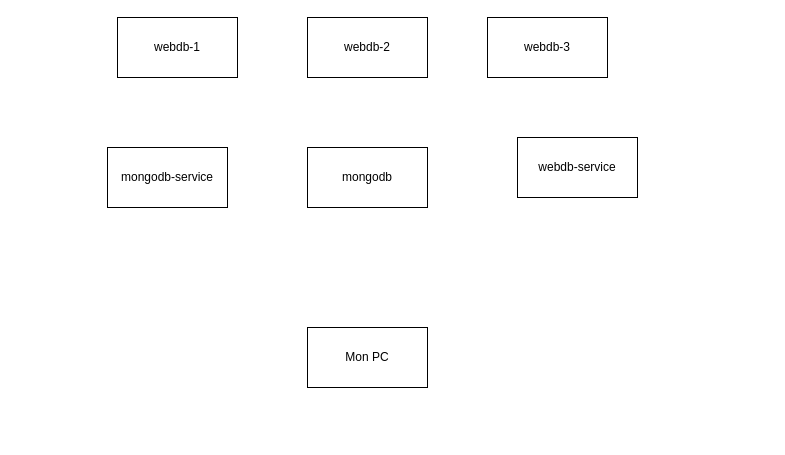
ComplexNetTSP/kubernetes-LeDuc34 keeps this draw.io diagram as Untitled Diagram.drawio. Above is the earlier version. Source tidied: cells renumbered, new cells numbered last; positions are measured from the earlier drawing's top-left corner, leaving out a move shared by most shapes. Both pictures are drawn from the tidied source at 100%, with x=0, y=0 at pixel (107, 17).
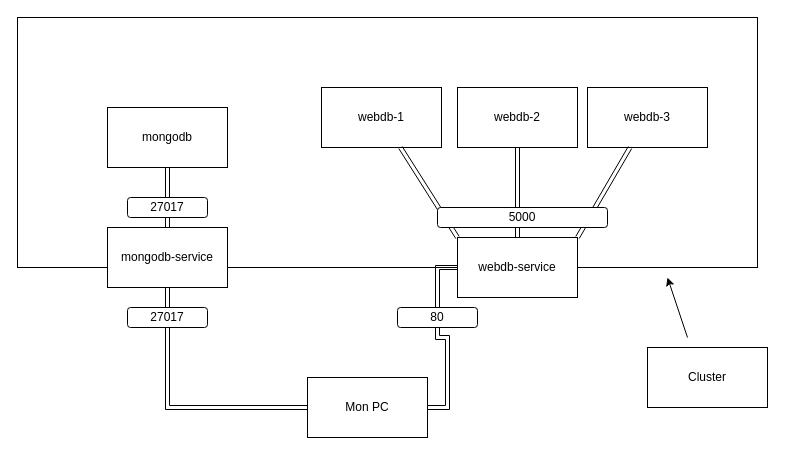
Above is the later version.

What changed in the source:
```diff
@@
+    <mxCell id="9" style="rounded=0;whiteSpace=wrap;html=1;fillColor=none;" parent="1" vertex="1">
+      <mxGeometry x="-90" width="740" height="250" as="geometry" />
+    </mxCell>
     <mxCell id="2" value="webdb-1" style="rounded=0;whiteSpace=wrap;html=1;" parent="1" vertex="1">
-      <mxGeometry x="10" width="120" height="60" as="geometry" />
+      <mxGeometry x="214" y="70" width="120" height="60" as="geometry" />
     </mxCell>
     <mxCell id="3" value="webdb-2" style="rounded=0;whiteSpace=wrap;html=1;" parent="1" vertex="1">
-      <mxGeometry x="200" width="120" height="60" as="geometry" />
+      <mxGeometry x="350" y="70" width="120" height="60" as="geometry" />
     </mxCell>
     <mxCell id="4" value="webdb-3" style="rounded=0;whiteSpace=wrap;html=1;" parent="1" vertex="1">
-      <mxGeometry x="380" width="120" height="60" as="geometry" />
+      <mxGeometry x="480" y="70" width="120" height="60" as="geometry" />
     </mxCell>
     <mxCell id="5" value="mongodb" style="rounded=0;whiteSpace=wrap;html=1;" parent="1" vertex="1">
-      <mxGeometry x="200" y="130" width="120" height="60" as="geometry" />
+      <mxGeometry y="90" width="120" height="60" as="geometry" />
     </mxCell>
+    <mxCell id="10" style="edgeStyle=orthogonalEdgeStyle;rounded=0;jettySize=auto;html=1;exitX=0.5;exitY=1;exitDx=0;exitDy=0;entryX=0;entryY=0.5;entryDx=0;entryDy=0;shape=link;" parent="1" edge="1" source="6" target="8">
+      <mxGeometry relative="1" as="geometry" />
+    </mxCell>
     <mxCell id="6" value="mongodb-service" style="rounded=0;whiteSpace=wrap;html=1;" parent="1" vertex="1">
-      <mxGeometry y="130" width="120" height="60" as="geometry" />
+      <mxGeometry y="210" width="120" height="60" as="geometry" />
     </mxCell>
+    <mxCell id="11" style="edgeStyle=orthogonalEdgeStyle;rounded=0;jettySize=auto;html=1;entryX=1;entryY=0.5;entryDx=0;entryDy=0;shape=link;" parent="1" edge="1" source="7" target="8">
+      <mxGeometry relative="1" as="geometry" />
+    </mxCell>
     <mxCell id="7" value="webdb-service" style="rounded=0;whiteSpace=wrap;html=1;" parent="1" vertex="1">
-      <mxGeometry x="410" y="120" width="120" height="60" as="geometry" />
+      <mxGeometry x="350" y="220" width="120" height="60" as="geometry" />
     </mxCell>
     <mxCell id="8" value="Mon PC" style="rounded=0;whiteSpace=wrap;html=1;" parent="1" vertex="1">
-      <mxGeometry x="200" y="310" width="120" height="60" as="geometry" />
+      <mxGeometry x="200" y="360" width="120" height="60" as="geometry" />
     </mxCell>
+    <mxCell id="12" style="endArrow=classic;html=1;rounded=0;" parent="1" edge="1">
+      <mxGeometry relative="1" as="geometry">
+        <mxPoint x="580" y="320" as="sourcePoint" />
+        <mxPoint x="560" y="260" as="targetPoint" />
+      </mxGeometry>
+    </mxCell>
+    <mxCell id="13" value="&lt;div&gt;Cluster&lt;/div&gt;" style="rounded=0;whiteSpace=wrap;html=1;" parent="1" vertex="1">
+      <mxGeometry x="540" y="330" width="120" height="60" as="geometry" />
+    </mxCell>
+    <mxCell id="14" style="endArrow=none;html=1;rounded=0;exitX=0;exitY=0;exitDx=0;exitDy=0;shape=link;" parent="1" edge="1" source="7" target="2">
+      <mxGeometry relative="1" as="geometry" />
+    </mxCell>
+    <mxCell id="15" style="endArrow=none;html=1;rounded=0;exitX=0.5;exitY=0;exitDx=0;exitDy=0;shape=link;" parent="1" edge="1" source="7" target="3">
+      <mxGeometry relative="1" as="geometry" />
+    </mxCell>
+    <mxCell id="16" style="endArrow=none;html=1;rounded=0;exitX=1;exitY=0;exitDx=0;exitDy=0;shape=link;" parent="1" edge="1" source="7" target="4">
+      <mxGeometry relative="1" as="geometry" />
+    </mxCell>
+    <mxCell id="17" style="endArrow=none;html=1;rounded=0;entryX=0.5;entryY=1;entryDx=0;entryDy=0;shape=link;" parent="1" edge="1" source="6" target="5">
+      <mxGeometry relative="1" as="geometry" />
+    </mxCell>
+    <mxCell id="18" value="5000" style="rounded=1;whiteSpace=wrap;html=1;" parent="1" vertex="1">
+      <mxGeometry x="330" y="190" width="170" height="20" as="geometry" />
+    </mxCell>
+    <mxCell id="19" value="80" style="rounded=1;whiteSpace=wrap;html=1;" parent="1" vertex="1">
+      <mxGeometry x="290" y="290" width="80" height="20" as="geometry" />
+    </mxCell>
+    <mxCell id="20" value="27017" style="rounded=1;whiteSpace=wrap;html=1;" parent="1" vertex="1">
+      <mxGeometry x="20" y="290" width="80" height="20" as="geometry" />
+    </mxCell>
+    <mxCell id="21" value="27017" style="rounded=1;whiteSpace=wrap;html=1;" parent="1" vertex="1">
+      <mxGeometry x="20" y="180" width="80" height="20" as="geometry" />
+    </mxCell>
```
